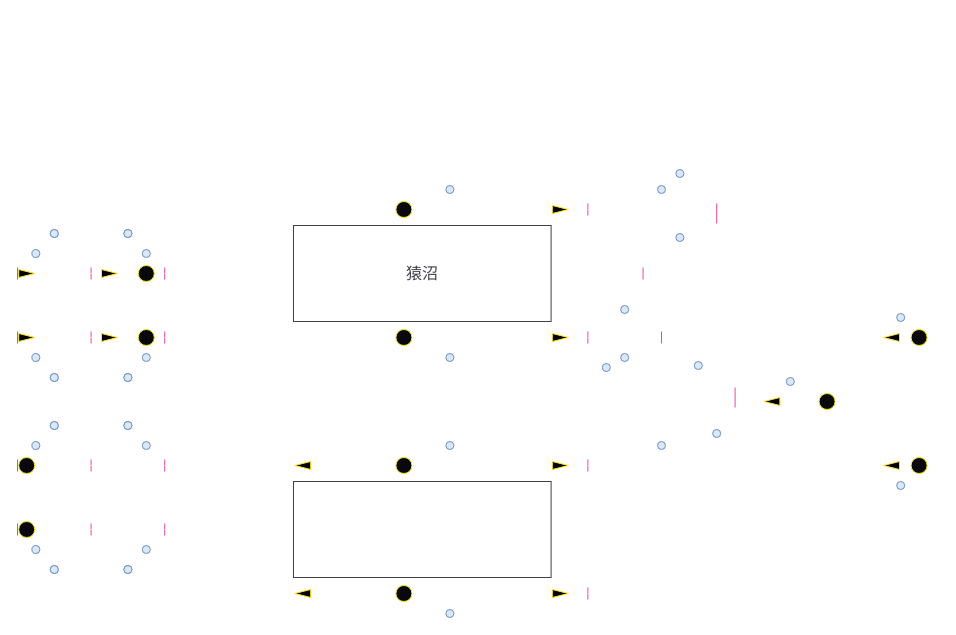
This is SourceAssets/Track/Network/NakatetsuTrafficControl/CircuitDiagram/drawio/NT11.drawio from neko3141592/Nakatetsu, a draw.io file, before an edit. Source tidied: cells renumbered, new cells numbered last; positions are measured from the earlier drawing's top-left corner, leaving out a move shared by most shapes. Both pictures are drawn from the tidied source at 100%, with x=0, y=0 at pixel (17, 169).
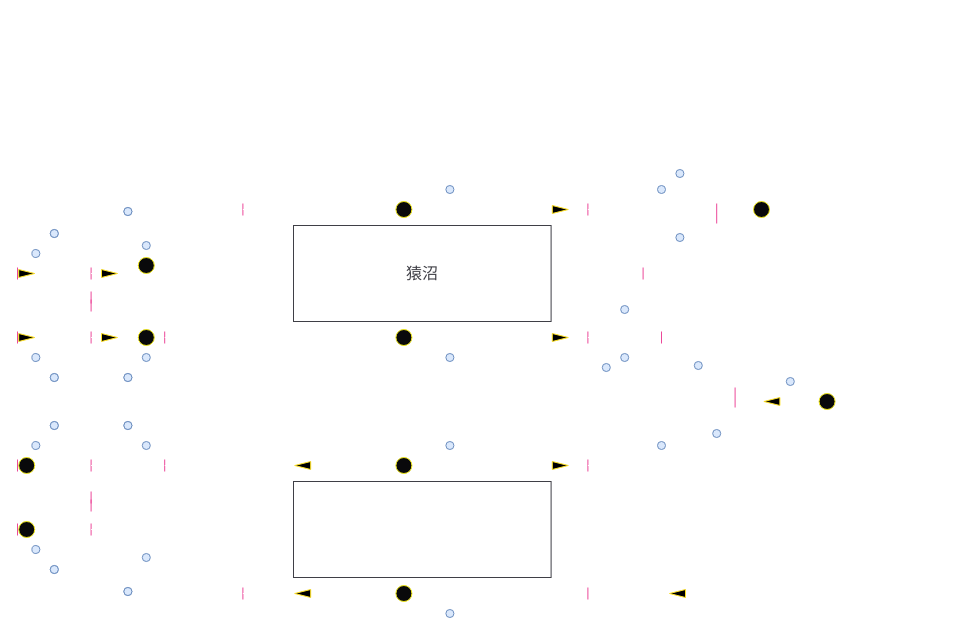
After the change.

Change to the diagram source:
```diff
@@
     <mxCell id="10" style="endArrow=none;startArrow=none;html=0;rounded=0;strokeWidth=1;strokeColor=#FFFFFF;" parent="1" edge="1">
       <mxGeometry relative="1" as="geometry">
         <mxPoint y="160" as="sourcePoint" />
-        <mxPoint x="73.6" y="136" as="targetPoint" />
+        <mxPoint x="73.6" y="128" as="targetPoint" />
         <Array as="points">
           <mxPoint x="18.4" y="160" />
         </Array>
       </mxGeometry>
     </mxCell>
@@
     <mxCell id="17" style="endArrow=none;startArrow=none;html=0;rounded=0;strokeWidth=1;strokeColor=#FFFFFF;" parent="1" edge="1">
       <mxGeometry relative="1" as="geometry">
         <mxPoint y="304" as="sourcePoint" />
-        <mxPoint x="73.6" y="328" as="targetPoint" />
+        <mxPoint x="73.6" y="336" as="targetPoint" />
         <Array as="points">
           <mxPoint x="18.4" y="304" />
         </Array>
       </mxGeometry>
     </mxCell>
@@
-    <mxCell id="30" style="endArrow=none;startArrow=none;html=0;rounded=0;strokeWidth=1;strokeColor=#FFFFFF;" parent="1" edge="1">
-      <mxGeometry relative="1" as="geometry">
-        <mxPoint x="73.6" y="104" as="sourcePoint" />
-        <mxPoint x="147.2" y="104" as="targetPoint" />
-      </mxGeometry>
+    <mxCell id="30" style="group;" parent="1" vertex="1">
+      <mxGeometry y="-152" width="226" height="576" as="geometry" />
     </mxCell>
     <mxCell id="31" style="endArrow=none;startArrow=none;html=0;rounded=0;strokeWidth=1;strokeColor=#FFFFFF;" parent="1" edge="1">
       <mxGeometry relative="1" as="geometry">
-        <mxPoint x="73.6" y="136" as="sourcePoint" />
-        <mxPoint x="147.2" y="112" as="targetPoint" />
+        <mxPoint x="73.6" y="128" as="sourcePoint" />
+        <mxPoint x="225.4" y="40" as="targetPoint" />
         <Array as="points">
-          <mxPoint x="128.8" y="112" />
+          <mxPoint x="128.8" y="96" />
         </Array>
       </mxGeometry>
     </mxCell>
     <mxCell id="32" style="ellipse;html=0;fillColor=#dae8fc;strokeColor=#6c8ebf;" parent="1" vertex="1">
-      <mxGeometry x="106.4" y="60" width="8" height="8" as="geometry" />
+      <mxGeometry x="106.4" y="38" width="8" height="8" as="geometry" />
     </mxCell>
     <mxCell id="33" style="ellipse;html=0;fillColor=#dae8fc;strokeColor=#6c8ebf;" parent="1" vertex="1">
-      <mxGeometry x="106.4" y="60" width="8" height="8" as="geometry" />
+      <mxGeometry x="106.4" y="38" width="8" height="8" as="geometry" />
     </mxCell>
     <mxCell id="34" style="endArrow=none;startArrow=none;html=0;rounded=0;strokeWidth=1;strokeColor=#EC4899;" parent="1" edge="1">
       <mxGeometry relative="1" as="geometry">
-        <mxPoint x="147.2" y="98" as="sourcePoint" />
-        <mxPoint x="147.2" y="110" as="targetPoint" />
+        <mxPoint x="225.4" y="34" as="sourcePoint" />
+        <mxPoint x="225.4" y="46" as="targetPoint" />
       </mxGeometry>
     </mxCell>
     <mxCell id="35" style="ellipse;html=0;fillColor=#dae8fc;strokeColor=#6c8ebf;" parent="1" vertex="1">
-      <mxGeometry x="124.8" y="80" width="8" height="8" as="geometry" />
+      <mxGeometry x="124.8" y="72" width="8" height="8" as="geometry" />
     </mxCell>
@@
-    <mxCell id="48" style="endArrow=none;startArrow=none;html=0;rounded=0;strokeWidth=1;strokeColor=#FFFFFF;" parent="1" edge="1">
-      <mxGeometry relative="1" as="geometry">
-        <mxPoint x="73.6" y="360" as="sourcePoint" />
-        <mxPoint x="147.2" y="360" as="targetPoint" />
-      </mxGeometry>
+    <mxCell id="48" style="group;" parent="1" vertex="1">
+      <mxGeometry y="-152" width="226" height="576" as="geometry" />
     </mxCell>
     <mxCell id="49" style="endArrow=none;startArrow=none;html=0;rounded=0;strokeWidth=1;strokeColor=#FFFFFF;" parent="1" edge="1">
       <mxGeometry relative="1" as="geometry">
-        <mxPoint x="73.6" y="328" as="sourcePoint" />
-        <mxPoint x="147.2" y="352" as="targetPoint" />
+        <mxPoint x="73.6" y="336" as="sourcePoint" />
+        <mxPoint x="225.4" y="424" as="targetPoint" />
         <Array as="points">
-          <mxPoint x="128.8" y="352" />
+          <mxPoint x="128.8" y="368" />
         </Array>
       </mxGeometry>
     </mxCell>
     <mxCell id="50" style="ellipse;html=0;fillColor=#dae8fc;strokeColor=#6c8ebf;" parent="1" vertex="1">
-      <mxGeometry x="106.4" y="396" width="8" height="8" as="geometry" />
+      <mxGeometry x="106.4" y="418" width="8" height="8" as="geometry" />
     </mxCell>
     <mxCell id="51" style="ellipse;html=0;fillColor=#dae8fc;strokeColor=#6c8ebf;" parent="1" vertex="1">
-      <mxGeometry x="106.4" y="396" width="8" height="8" as="geometry" />
+      <mxGeometry x="106.4" y="418" width="8" height="8" as="geometry" />
     </mxCell>
     <mxCell id="52" style="endArrow=none;startArrow=none;html=0;rounded=0;strokeWidth=1;strokeColor=#EC4899;" parent="1" edge="1">
       <mxGeometry relative="1" as="geometry">
-        <mxPoint x="147.2" y="354" as="sourcePoint" />
-        <mxPoint x="147.2" y="366" as="targetPoint" />
+        <mxPoint x="225.4" y="418" as="sourcePoint" />
+        <mxPoint x="225.4" y="430" as="targetPoint" />
       </mxGeometry>
     </mxCell>
     <mxCell id="53" style="ellipse;html=0;fillColor=#dae8fc;strokeColor=#6c8ebf;" parent="1" vertex="1">
-      <mxGeometry x="124.8" y="376" width="8" height="8" as="geometry" />
+      <mxGeometry x="124.8" y="384" width="8" height="8" as="geometry" />
     </mxCell>
     <mxCell id="54" style="endArrow=none;startArrow=none;html=0;rounded=0;strokeWidth=1;strokeColor=#FFFFFF;" parent="1" edge="1">
       <mxGeometry relative="1" as="geometry">
-        <mxPoint x="147.2" y="104" as="sourcePoint" />
+        <mxPoint x="225.4" y="40" as="sourcePoint" />
         <mxPoint x="570.4" y="40" as="targetPoint" />
-        <Array as="points">
-          <mxPoint x="165.6" y="104" />
-          <mxPoint x="202.4" y="40" />
-        </Array>
       </mxGeometry>
     </mxCell>
@@
     <mxCell id="63" style="endArrow=none;startArrow=none;html=0;rounded=0;strokeWidth=1;strokeColor=#FFFFFF;" parent="1" edge="1">
       <mxGeometry relative="1" as="geometry">
-        <mxPoint x="147.2" y="360" as="sourcePoint" />
+        <mxPoint x="225.4" y="424" as="sourcePoint" />
         <mxPoint x="570.4" y="424" as="targetPoint" />
-        <Array as="points">
-          <mxPoint x="165.6" y="360" />
-          <mxPoint x="202.4" y="424" />
-        </Array>
       </mxGeometry>
     </mxCell>
@@
-    <mxCell id="81" style="endArrow=none;startArrow=none;html=0;rounded=0;strokeWidth=1;strokeColor=#FFFFFF;" parent="1" edge="1">
-      <mxGeometry relative="1" as="geometry">
-        <mxPoint x="699.2" y="40" as="sourcePoint" />
-        <mxPoint x="920" y="168" as="targetPoint" />
-        <Array as="points">
-          <mxPoint x="791.2" y="40" />
-          <mxPoint x="864.8" y="168" />
-        </Array>
-      </mxGeometry>
-    </mxCell>
-    <mxCell id="82" style="ellipse;html=0;fillColor=#dae8fc;strokeColor=#6c8ebf;" parent="1" vertex="1">
-      <mxGeometry x="879.2" y="144" width="8" height="8" as="geometry" />
-    </mxCell>
@@
-    <mxCell id="85" style="endArrow=none;startArrow=none;html=0;rounded=0;strokeWidth=1;strokeColor=#FFFFFF;" parent="1" edge="1">
-      <mxGeometry relative="1" as="geometry">
-        <mxPoint x="570.4" y="424" as="sourcePoint" />
-        <mxPoint x="920" y="296" as="targetPoint" />
-        <Array as="points">
-          <mxPoint x="791.2" y="424" />
-          <mxPoint x="864.8" y="296" />
-        </Array>
-      </mxGeometry>
-    </mxCell>
-    <mxCell id="86" style="ellipse;html=0;fillColor=#dae8fc;strokeColor=#6c8ebf;" parent="1" vertex="1">
-      <mxGeometry x="879.2" y="312" width="8" height="8" as="geometry" />
-    </mxCell>
@@
-    <mxCell id="91" style="endArrow=none;startArrow=none;html=0;rounded=0;strokeWidth=1;strokeColor=#FFFFFF;" parent="1" edge="1">
-      <mxGeometry relative="1" as="geometry">
-        <mxPoint x="920" y="158" as="sourcePoint" />
-        <mxPoint x="920" y="178" as="targetPoint" />
-      </mxGeometry>
-    </mxCell>
@@
-    <mxCell id="93" style="endArrow=none;startArrow=none;html=0;rounded=0;strokeWidth=1;strokeColor=#FFFFFF;" parent="1" edge="1">
-      <mxGeometry relative="1" as="geometry">
-        <mxPoint x="920" y="286" as="sourcePoint" />
-        <mxPoint x="920" y="306" as="targetPoint" />
-      </mxGeometry>
-    </mxCell>
@@
     <mxCell id="109" style="group;fillColor=none;" parent="1" vertex="1">
-      <mxGeometry x="120.8" y="96" width="16" height="16" as="geometry" />
+      <mxGeometry x="120.8" y="88" width="16" height="16" as="geometry" />
     </mxCell>
@@
-    <mxCell id="115" style="group;fillColor=none;" parent="1" vertex="1">
-      <mxGeometry x="893.6" y="160" width="16" height="16" as="geometry" />
-    </mxCell>
-    <mxCell id="116" style="ellipse;html=0;fillColor=#09090B;strokeColor=#F2EA18;" parent="115" vertex="1">
-      <mxGeometry width="16" height="16" as="geometry" />
-    </mxCell>
-    <mxCell id="117" style="text;html=0;align=center;verticalAlign=middle;fillColor=none;strokeColor=none;fontColor=#F2EA18;fontSize=12;" parent="115" vertex="1">
-      <mxGeometry width="16" height="16" as="geometry" />
-    </mxCell>
-    <mxCell id="118" style="group;fillColor=none;" parent="1" vertex="1">
-      <mxGeometry x="893.6" y="288" width="16" height="16" as="geometry" />
-    </mxCell>
-    <mxCell id="119" style="ellipse;html=0;fillColor=#09090B;strokeColor=#F2EA18;" parent="118" vertex="1">
-      <mxGeometry width="16" height="16" as="geometry" />
-    </mxCell>
-    <mxCell id="120" style="text;html=0;align=center;verticalAlign=middle;fillColor=none;strokeColor=none;fontColor=#F2EA18;fontSize=12;" parent="118" vertex="1">
-      <mxGeometry width="16" height="16" as="geometry" />
-    </mxCell>
+    <mxCell id="143" style="group;fillColor=none;" parent="1" vertex="1">
+      <mxGeometry x="736" y="32" width="16" height="16" as="geometry" />
+    </mxCell>
+    <mxCell id="144" style="ellipse;html=0;fillColor=#09090B;strokeColor=#F2EA18;" parent="143" vertex="1">
+      <mxGeometry width="16" height="16" as="geometry" />
+    </mxCell>
+    <mxCell id="145" style="text;html=0;align=center;verticalAlign=middle;fillColor=none;strokeColor=none;fontColor=#F2EA18;fontSize=12;" parent="143" vertex="1">
+      <mxGeometry width="16" height="16" as="geometry" />
+    </mxCell>
@@
-    <mxCell id="139" style="triangle;html=0;strokeColor=#FFE226;fillColor=#000000;direction=east;" parent="1" vertex="1">
-      <mxGeometry x="534.8" y="420" width="16" height="8" as="geometry" />
-    </mxCell>
-    <mxCell id="140" style="triangle;html=0;strokeColor=#FFE226;fillColor=#000000;direction=west;" parent="1" vertex="1">
-      <mxGeometry x="866" y="164" width="16" height="8" as="geometry" />
-    </mxCell>
-    <mxCell id="141" style="triangle;html=0;strokeColor=#FFE226;fillColor=#000000;direction=west;" parent="1" vertex="1">
-      <mxGeometry x="866" y="292" width="16" height="8" as="geometry" />
-    </mxCell>
+    <mxCell id="146" style="triangle;html=0;strokeColor=#FFE226;fillColor=#000000;direction=west;" parent="1" vertex="1">
+      <mxGeometry x="652" y="420" width="16" height="8" as="geometry" />
+    </mxCell>
@@
+    <mxCell id="147" style="endArrow=none;startArrow=none;html=0;rounded=0;strokeWidth=1;strokeColor=#FFFFFF;" parent="30" edge="1">
+      <mxGeometry relative="1" as="geometry">
+        <mxPoint x="73.6" y="256" as="sourcePoint" />
+        <mxPoint x="128.8" y="240" as="targetPoint" />
+        <Array as="points">
+          <mxPoint x="101.2" y="256" />
+        </Array>
+      </mxGeometry>
+    </mxCell>
+    <mxCell id="148" style="endArrow=none;startArrow=none;html=0;rounded=0;strokeWidth=1;strokeColor=#FFFFFF;" parent="30" edge="1">
+      <mxGeometry relative="1" as="geometry">
+        <mxPoint x="128.8" y="248" as="sourcePoint" />
+        <mxPoint x="225.4" y="192" as="targetPoint" />
+      </mxGeometry>
+    </mxCell>
+    <mxCell id="149" style="endArrow=none;startArrow=none;html=0;rounded=0;strokeWidth=1;strokeColor=#FFFFFF;" parent="48" edge="1">
+      <mxGeometry relative="1" as="geometry">
+        <mxPoint x="73.6" y="512" as="sourcePoint" />
+        <mxPoint x="128.8" y="528" as="targetPoint" />
+        <Array as="points">
+          <mxPoint x="101.2" y="512" />
+        </Array>
+      </mxGeometry>
+    </mxCell>
+    <mxCell id="150" style="endArrow=none;startArrow=none;html=0;rounded=0;strokeWidth=1;strokeColor=#FFFFFF;" parent="48" edge="1">
+      <mxGeometry relative="1" as="geometry">
+        <mxPoint x="128.8" y="520" as="sourcePoint" />
+        <mxPoint x="225.4" y="576" as="targetPoint" />
+      </mxGeometry>
+    </mxCell>
+    <mxCell id="151" style="endArrow=none;startArrow=none;html=0;rounded=0;strokeWidth=1;strokeColor=#EC4899;" parent="1" edge="1">
+      <mxGeometry relative="1" as="geometry">
+        <mxPoint x="73.6" y="130" as="sourcePoint" />
+        <mxPoint x="73.6" y="142" as="targetPoint" />
+      </mxGeometry>
+    </mxCell>
+    <mxCell id="152" style="endArrow=none;startArrow=none;html=0;rounded=0;strokeWidth=1;strokeColor=#EC4899;" parent="1" edge="1">
+      <mxGeometry relative="1" as="geometry">
+        <mxPoint x="73.6" y="122" as="sourcePoint" />
+        <mxPoint x="73.6" y="134" as="targetPoint" />
+      </mxGeometry>
+    </mxCell>
+    <mxCell id="153" style="endArrow=none;startArrow=none;html=0;rounded=0;strokeWidth=1;strokeColor=#EC4899;" parent="1" edge="1">
+      <mxGeometry relative="1" as="geometry">
+        <mxPoint x="73.6" y="322" as="sourcePoint" />
+        <mxPoint x="73.6" y="334" as="targetPoint" />
+      </mxGeometry>
+    </mxCell>
+    <mxCell id="154" style="endArrow=none;startArrow=none;html=0;rounded=0;strokeWidth=1;strokeColor=#EC4899;" parent="1" edge="1">
+      <mxGeometry relative="1" as="geometry">
+        <mxPoint x="73.6" y="330" as="sourcePoint" />
+        <mxPoint x="73.6" y="342" as="targetPoint" />
+      </mxGeometry>
+    </mxCell>
```
